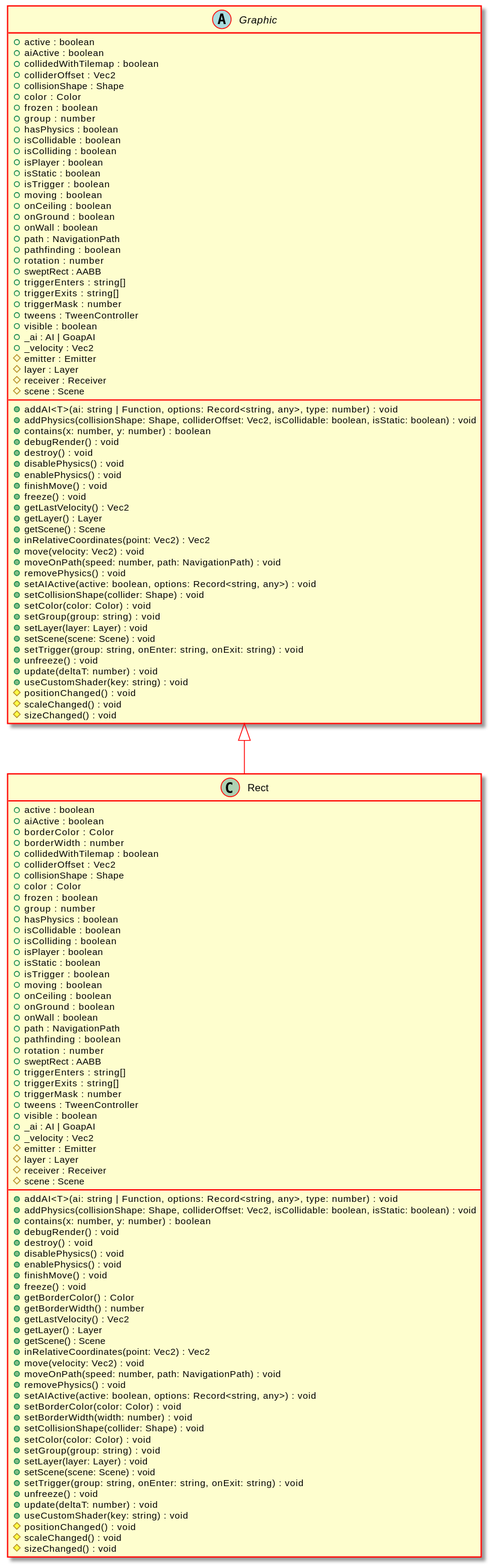
Above: docs/api/assets/Rect-umlClassDiagram-3029.svg in Test123938/Test2 (PlantUML), before the change. Source of this version:
```plantuml
@startuml
skinparam ClassArrowColor #ff0000
skinparam ClassBorderColor #ff0000
skinparam BackgroundColor transparent
hide empty methods
hide empty fields
class "Rect" {
    +active : boolean
    +aiActive : boolean
    +borderColor : Color
    +borderWidth : number
    +collidedWithTilemap : boolean
    +colliderOffset : Vec2
    +collisionShape : Shape
    +color : Color
    +frozen : boolean
    +group : number
    +hasPhysics : boolean
    +isCollidable : boolean
    +isColliding : boolean
    +isPlayer : boolean
    +isStatic : boolean
    +isTrigger : boolean
    +moving : boolean
    +onCeiling : boolean
    +onGround : boolean
    +onWall : boolean
    +path : NavigationPath
    +pathfinding : boolean
    +rotation : number
    +sweptRect : AABB
    +triggerEnters : string[]
    +triggerExits : string[]
    +triggerMask : number
    +tweens : TweenController
    +visible : boolean
    +_ai : AI | GoapAI
    +_velocity : Vec2
    #emitter : Emitter
    #layer : Layer
    #receiver : Receiver
    #scene : Scene
    +addAI<T>(ai: string | Function, options: Record<string, any>, type: number) : void
    +addPhysics(collisionShape: Shape, colliderOffset: Vec2, isCollidable: boolean, isStatic: boolean) : void
    +contains(x: number, y: number) : boolean
    +debugRender() : void
    +destroy() : void
    +disablePhysics() : void
    +enablePhysics() : void
    +finishMove() : void
    +freeze() : void
    +getBorderColor() : Color
    +getBorderWidth() : number
    +getLastVelocity() : Vec2
    +getLayer() : Layer
    +getScene() : Scene
    +inRelativeCoordinates(point: Vec2) : Vec2
    +move(velocity: Vec2) : void
    +moveOnPath(speed: number, path: NavigationPath) : void
    +removePhysics() : void
    +setAIActive(active: boolean, options: Record<string, any>) : void
    +setBorderColor(color: Color) : void
    +setBorderWidth(width: number) : void
    +setCollisionShape(collider: Shape) : void
    +setColor(color: Color) : void
    +setGroup(group: string) : void
    +setLayer(layer: Layer) : void
    +setScene(scene: Scene) : void
    +setTrigger(group: string, onEnter: string, onExit: string) : void
    +unfreeze() : void
    +update(deltaT: number) : void
    +useCustomShader(key: string) : void
    #positionChanged() : void
    #scaleChanged() : void
    #sizeChanged() : void
}
abstract class "Graphic" {
    +active : boolean
    +aiActive : boolean
    +collidedWithTilemap : boolean
    +colliderOffset : Vec2
    +collisionShape : Shape
    +color : Color
    +frozen : boolean
    +group : number
    +hasPhysics : boolean
    +isCollidable : boolean
    +isColliding : boolean
    +isPlayer : boolean
    +isStatic : boolean
    +isTrigger : boolean
    +moving : boolean
    +onCeiling : boolean
    +onGround : boolean
    +onWall : boolean
    +path : NavigationPath
    +pathfinding : boolean
    +rotation : number
    +sweptRect : AABB
    +triggerEnters : string[]
    +triggerExits : string[]
    +triggerMask : number
    +tweens : TweenController
    +visible : boolean
    +_ai : AI | GoapAI
    +_velocity : Vec2
    #emitter : Emitter
    #layer : Layer
    #receiver : Receiver
    #scene : Scene
    +addAI<T>(ai: string | Function, options: Record<string, any>, type: number) : void
    +addPhysics(collisionShape: Shape, colliderOffset: Vec2, isCollidable: boolean, isStatic: boolean) : void
    +contains(x: number, y: number) : boolean
    +debugRender() : void
    +destroy() : void
    +disablePhysics() : void
    +enablePhysics() : void
    +finishMove() : void
    +freeze() : void
    +getLastVelocity() : Vec2
    +getLayer() : Layer
    +getScene() : Scene
    +inRelativeCoordinates(point: Vec2) : Vec2
    +move(velocity: Vec2) : void
    +moveOnPath(speed: number, path: NavigationPath) : void
    +removePhysics() : void
    +setAIActive(active: boolean, options: Record<string, any>) : void
    +setCollisionShape(collider: Shape) : void
    +setColor(color: Color) : void
    +setGroup(group: string) : void
    +setLayer(layer: Layer) : void
    +setScene(scene: Scene) : void
    +setTrigger(group: string, onEnter: string, onExit: string) : void
    +unfreeze() : void
    +update(deltaT: number) : void
    +useCustomShader(key: string) : void
    #positionChanged() : void
    #scaleChanged() : void
    #sizeChanged() : void
}
"Graphic" <|-- "Rect"
@enduml
```
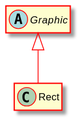
After the change.

Change to the diagram source:
```diff
@@ -5,138 +5,8 @@
 hide empty methods
 hide empty fields
 class "Rect" {
-    +active : boolean
-    +aiActive : boolean
-    +borderColor : Color
-    +borderWidth : number
-    +collidedWithTilemap : boolean
-    +colliderOffset : Vec2
-    +collisionShape : Shape
-    +color : Color
-    +frozen : boolean
-    +group : number
-    +hasPhysics : boolean
-    +isCollidable : boolean
-    +isColliding : boolean
-    +isPlayer : boolean
-    +isStatic : boolean
-    +isTrigger : boolean
-    +moving : boolean
-    +onCeiling : boolean
-    +onGround : boolean
-    +onWall : boolean
-    +path : NavigationPath
-    +pathfinding : boolean
-    +rotation : number
-    +sweptRect : AABB
-    +triggerEnters : string[]
-    +triggerExits : string[]
-    +triggerMask : number
-    +tweens : TweenController
-    +visible : boolean
-    +_ai : AI | GoapAI
-    +_velocity : Vec2
-    #emitter : Emitter
-    #layer : Layer
-    #receiver : Receiver
-    #scene : Scene
-    +addAI<T>(ai: string | Function, options: Record<string, any>, type: number) : void
-    +addPhysics(collisionShape: Shape, colliderOffset: Vec2, isCollidable: boolean, isStatic: boolean) : void
-    +contains(x: number, y: number) : boolean
-    +debugRender() : void
-    +destroy() : void
-    +disablePhysics() : void
-    +enablePhysics() : void
-    +finishMove() : void
-    +freeze() : void
-    +getBorderColor() : Color
-    +getBorderWidth() : number
-    +getLastVelocity() : Vec2
-    +getLayer() : Layer
-    +getScene() : Scene
-    +inRelativeCoordinates(point: Vec2) : Vec2
-    +move(velocity: Vec2) : void
-    +moveOnPath(speed: number, path: NavigationPath) : void
-    +removePhysics() : void
-    +setAIActive(active: boolean, options: Record<string, any>) : void
-    +setBorderColor(color: Color) : void
-    +setBorderWidth(width: number) : void
-    +setCollisionShape(collider: Shape) : void
-    +setColor(color: Color) : void
-    +setGroup(group: string) : void
-    +setLayer(layer: Layer) : void
-    +setScene(scene: Scene) : void
-    +setTrigger(group: string, onEnter: string, onExit: string) : void
-    +unfreeze() : void
-    +update(deltaT: number) : void
-    +useCustomShader(key: string) : void
-    #positionChanged() : void
-    #scaleChanged() : void
-    #sizeChanged() : void
 }
 abstract class "Graphic" {
-    +active : boolean
-    +aiActive : boolean
-    +collidedWithTilemap : boolean
-    +colliderOffset : Vec2
-    +collisionShape : Shape
-    +color : Color
-    +frozen : boolean
-    +group : number
-    +hasPhysics : boolean
-    +isCollidable : boolean
-    +isColliding : boolean
-    +isPlayer : boolean
-    +isStatic : boolean
-    +isTrigger : boolean
-    +moving : boolean
-    +onCeiling : boolean
-    +onGround : boolean
-    +onWall : boolean
-    +path : NavigationPath
-    +pathfinding : boolean
-    +rotation : number
-    +sweptRect : AABB
-    +triggerEnters : string[]
-    +triggerExits : string[]
-    +triggerMask : number
-    +tweens : TweenController
-    +visible : boolean
-    +_ai : AI | GoapAI
-    +_velocity : Vec2
-    #emitter : Emitter
-    #layer : Layer
-    #receiver : Receiver
-    #scene : Scene
-    +addAI<T>(ai: string | Function, options: Record<string, any>, type: number) : void
-    +addPhysics(collisionShape: Shape, colliderOffset: Vec2, isCollidable: boolean, isStatic: boolean) : void
-    +contains(x: number, y: number) : boolean
-    +debugRender() : void
-    +destroy() : void
-    +disablePhysics() : void
-    +enablePhysics() : void
-    +finishMove() : void
-    +freeze() : void
-    +getLastVelocity() : Vec2
-    +getLayer() : Layer
-    +getScene() : Scene
-    +inRelativeCoordinates(point: Vec2) : Vec2
-    +move(velocity: Vec2) : void
-    +moveOnPath(speed: number, path: NavigationPath) : void
-    +removePhysics() : void
-    +setAIActive(active: boolean, options: Record<string, any>) : void
-    +setCollisionShape(collider: Shape) : void
-    +setColor(color: Color) : void
-    +setGroup(group: string) : void
-    +setLayer(layer: Layer) : void
-    +setScene(scene: Scene) : void
-    +setTrigger(group: string, onEnter: string, onExit: string) : void
-    +unfreeze() : void
-    +update(deltaT: number) : void
-    +useCustomShader(key: string) : void
-    #positionChanged() : void
-    #scaleChanged() : void
-    #sizeChanged() : void
 }
 "Graphic" <|-- "Rect"
 @enduml
```
